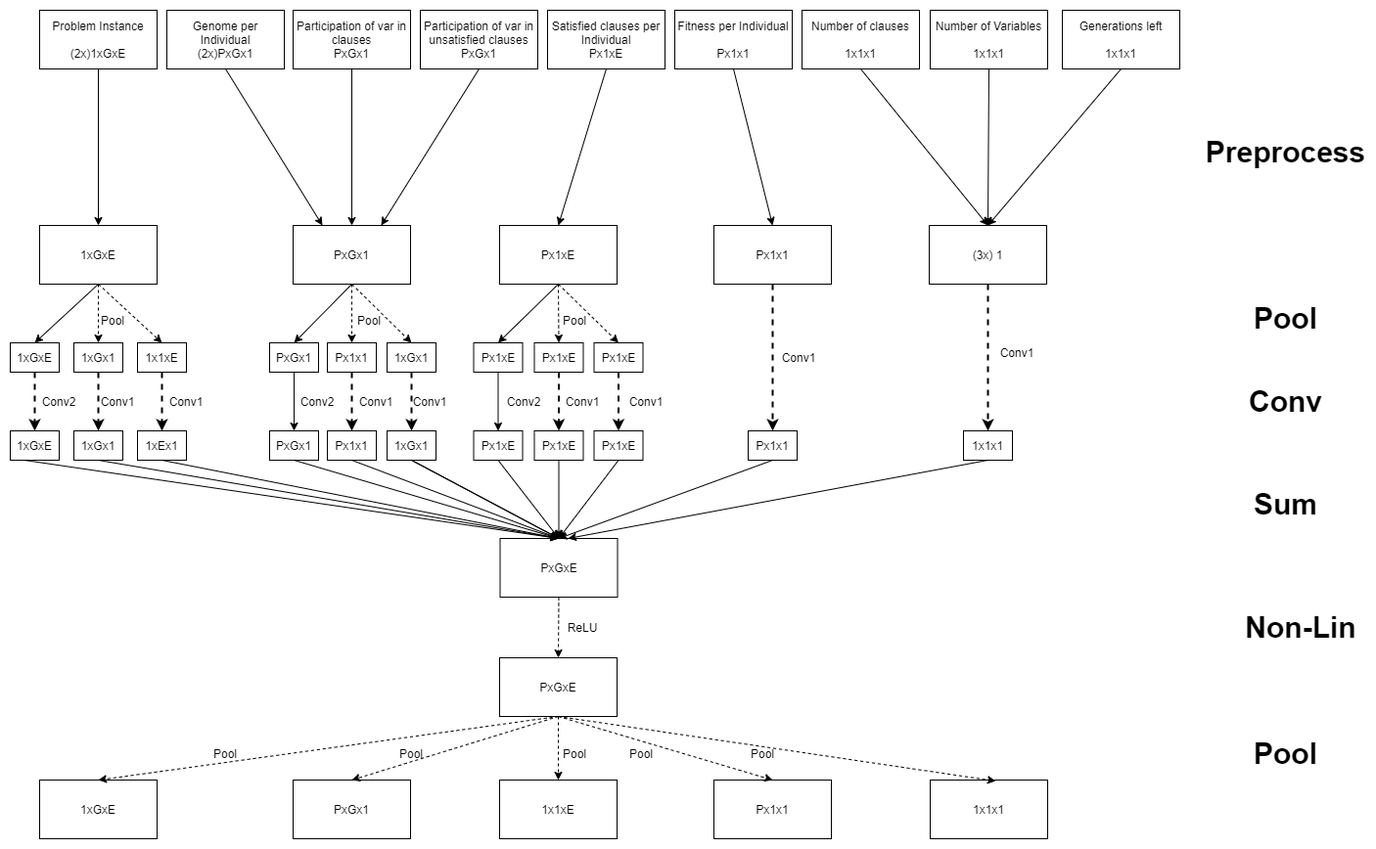
Above: DOCS/new_approach.png in KreitnerL/sat-evolution (draw.io), before the change. Source tidied: cells renumbered, new cells last; positions are measured from the earlier drawing's top-left corner, leaving out a move shared by most shapes.
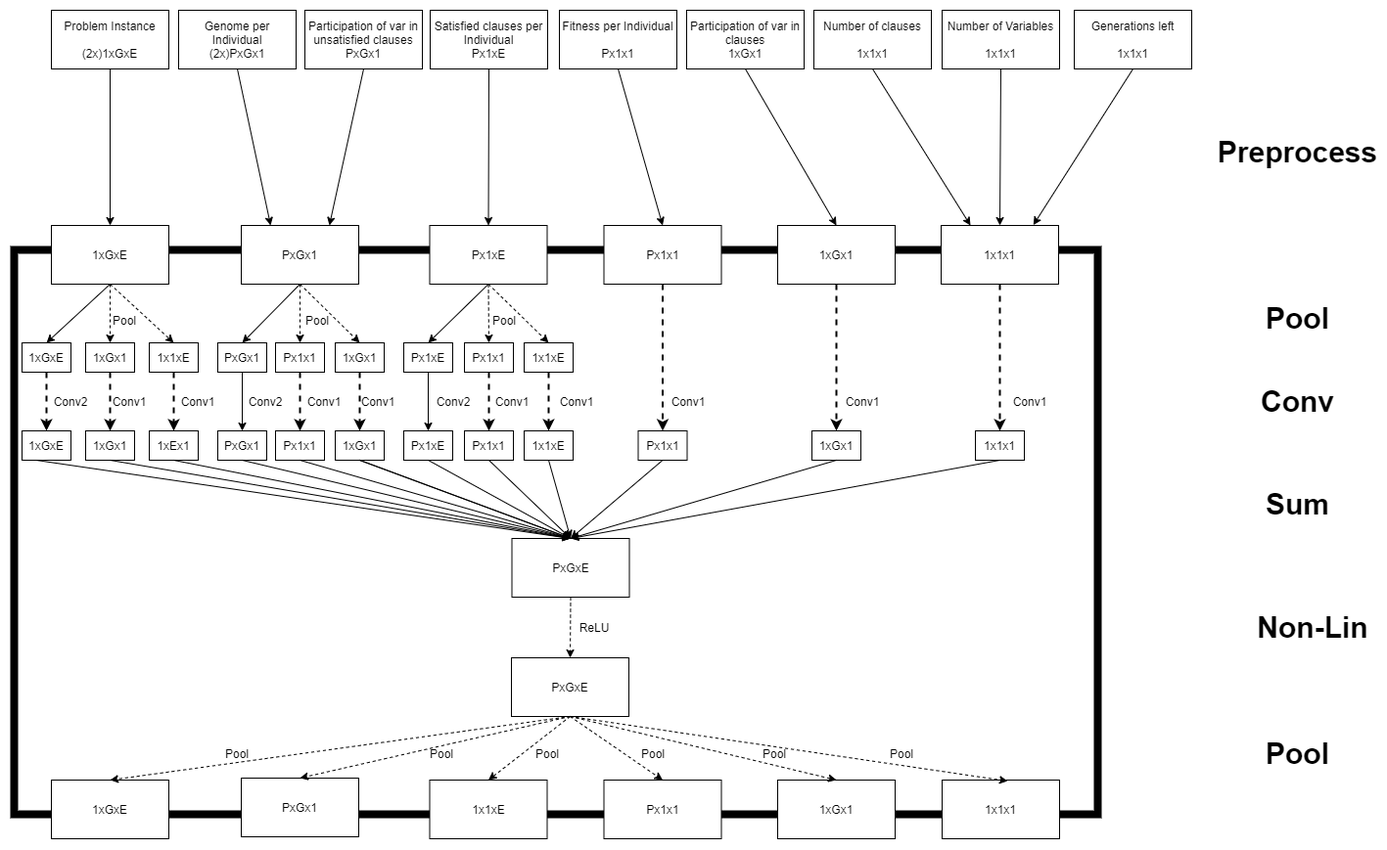
Above is the later version.

Diff of the diagram source:
```diff
@@ -4,2 +4,5 @@
     <mxCell id="1" parent="0" />
+    <mxCell id="116" style="rounded=0;whiteSpace=wrap;html=1;fillColor=none;strokeWidth=8;shadow=0;comic=0;glass=0;perimeterSpacing=0;" parent="1" vertex="1">
+      <mxGeometry x="-8" y="245" width="1107" height="577" as="geometry" />
+    </mxCell>
     <mxCell id="2" value="Problem Instance&lt;br&gt;&lt;br&gt;(2x)1xGxE" style="rounded=0;whiteSpace=wrap;html=1;" parent="1" vertex="1">
@@ -11,6 +14,6 @@
     <mxCell id="4" value="Fitness per Individual&lt;br&gt;&lt;br&gt;Px1x1" style="rounded=0;whiteSpace=wrap;html=1;" parent="1" vertex="1">
-      <mxGeometry x="679" width="120" height="60" as="geometry" />
+      <mxGeometry x="549" width="120" height="60" as="geometry" />
     </mxCell>
-    <mxCell id="5" value="Participation of var in clauses&lt;br&gt;PxGx1" style="rounded=0;whiteSpace=wrap;html=1;" parent="1" vertex="1">
-      <mxGeometry x="289" width="120" height="60" as="geometry" />
+    <mxCell id="5" value="Participation of var in clauses&lt;br&gt;1xGx1" style="rounded=0;whiteSpace=wrap;html=1;" parent="1" vertex="1">
+      <mxGeometry x="679" width="120" height="60" as="geometry" />
     </mxCell>
@@ -20,3 +23,3 @@
     <mxCell id="7" value="Participation of var in unsatisfied clauses&lt;br&gt;PxGx1" style="rounded=0;whiteSpace=wrap;html=1;" parent="1" vertex="1">
-      <mxGeometry x="419" width="120" height="60" as="geometry" />
+      <mxGeometry x="289" width="120" height="60" as="geometry" />
     </mxCell>
@@ -32,8 +35,8 @@
     <mxCell id="11" value="PxGx1" style="rounded=0;whiteSpace=wrap;html=1;" parent="1" vertex="1">
-      <mxGeometry x="289" y="220" width="120" height="60" as="geometry" />
+      <mxGeometry x="224" y="220" width="120" height="60" as="geometry" />
     </mxCell>
     <mxCell id="12" value="Px1x1" style="rounded=0;whiteSpace=wrap;html=1;" parent="1" vertex="1">
-      <mxGeometry x="719" y="220" width="120" height="60" as="geometry" />
+      <mxGeometry x="594.5" y="220" width="120" height="60" as="geometry" />
     </mxCell>
-    <mxCell id="13" value="(3x) 1" style="rounded=0;whiteSpace=wrap;html=1;" parent="1" vertex="1">
+    <mxCell id="13" value="1x1x1" style="rounded=0;whiteSpace=wrap;html=1;" parent="1" vertex="1">
       <mxGeometry x="939" y="220" width="120" height="60" as="geometry" />
@@ -49,3 +52,3 @@
     </mxCell>
-    <mxCell id="17" style="endArrow=classic;html=1;entryX=0.5;entryY=0;entryDx=0;entryDy=0;exitX=0.5;exitY=1;exitDx=0;exitDy=0;" parent="1" edge="1" source="5" target="11">
+    <mxCell id="17" style="endArrow=classic;html=1;entryX=0.5;entryY=0;entryDx=0;entryDy=0;exitX=0.5;exitY=1;exitDx=0;exitDy=0;" parent="1" edge="1" source="5" target="117">
       <mxGeometry relative="1" as="geometry" />
@@ -55,3 +58,3 @@
     </mxCell>
-    <mxCell id="19" style="endArrow=classic;html=1;entryX=0.5;entryY=0;entryDx=0;entryDy=0;exitX=0.5;exitY=1;exitDx=0;exitDy=0;" parent="1" edge="1" source="6" target="13">
+    <mxCell id="19" style="endArrow=classic;html=1;entryX=0.25;entryY=0;entryDx=0;entryDy=0;exitX=0.5;exitY=1;exitDx=0;exitDy=0;" parent="1" edge="1" source="6" target="13">
       <mxGeometry relative="1" as="geometry" />
@@ -61,3 +64,3 @@
     </mxCell>
-    <mxCell id="21" style="endArrow=classic;html=1;entryX=0.5;entryY=0;entryDx=0;entryDy=0;exitX=0.5;exitY=1;exitDx=0;exitDy=0;" parent="1" edge="1" source="9" target="13">
+    <mxCell id="21" style="endArrow=classic;html=1;entryX=0.785;entryY=-0.007;entryDx=0;entryDy=0;exitX=0.5;exitY=1;exitDx=0;exitDy=0;entryPerimeter=0;" parent="1" edge="1" source="9" target="13">
       <mxGeometry relative="1" as="geometry" />
@@ -74,9 +77,9 @@
     <mxCell id="25" value="PxGx1" style="rounded=0;whiteSpace=wrap;html=1;" parent="1" vertex="1">
-      <mxGeometry x="265" y="340" width="50" height="30" as="geometry" />
+      <mxGeometry x="200" y="340" width="50" height="30" as="geometry" />
     </mxCell>
     <mxCell id="26" value="Px1x1" style="rounded=0;whiteSpace=wrap;html=1;" parent="1" vertex="1">
-      <mxGeometry x="324" y="340" width="50" height="30" as="geometry" />
+      <mxGeometry x="259" y="340" width="50" height="30" as="geometry" />
     </mxCell>
     <mxCell id="27" value="1xGx1" style="rounded=0;whiteSpace=wrap;html=1;" parent="1" vertex="1">
-      <mxGeometry x="385" y="340" width="50" height="30" as="geometry" />
+      <mxGeometry x="320" y="340" width="50" height="30" as="geometry" />
     </mxCell>
@@ -110,12 +113,12 @@
     <mxCell id="37" value="PxGx1" style="rounded=0;whiteSpace=wrap;html=1;" parent="1" vertex="1">
-      <mxGeometry x="265" y="430" width="50" height="30" as="geometry" />
+      <mxGeometry x="200" y="430" width="50" height="30" as="geometry" />
     </mxCell>
     <mxCell id="38" value="Px1x1" style="rounded=0;whiteSpace=wrap;html=1;" parent="1" vertex="1">
-      <mxGeometry x="324" y="430" width="50" height="30" as="geometry" />
+      <mxGeometry x="259" y="430" width="50" height="30" as="geometry" />
     </mxCell>
     <mxCell id="39" value="1xGx1" style="rounded=0;whiteSpace=wrap;html=1;" parent="1" vertex="1">
-      <mxGeometry x="385" y="430" width="50" height="30" as="geometry" />
+      <mxGeometry x="320" y="430" width="50" height="30" as="geometry" />
     </mxCell>
     <mxCell id="40" value="Px1x1" style="rounded=0;whiteSpace=wrap;html=1;" parent="1" vertex="1">
-      <mxGeometry x="754" y="430" width="50" height="30" as="geometry" />
+      <mxGeometry x="629.5" y="430" width="50" height="30" as="geometry" />
     </mxCell>
@@ -156,6 +159,4 @@
     </mxCell>
-    <mxCell id="52" style="endArrow=classic;html=1;exitX=0.5;exitY=1;exitDx=0;exitDy=0;" parent="1" edge="1" source="41">
-      <mxGeometry relative="1" as="geometry">
-        <mxPoint x="570" y="540" as="targetPoint" />
-      </mxGeometry>
+    <mxCell id="52" style="endArrow=classic;html=1;exitX=0.5;exitY=1;exitDx=0;exitDy=0;entryX=0.5;entryY=0;entryDx=0;entryDy=0;" parent="1" edge="1" source="41" target="47">
+      <mxGeometry relative="1" as="geometry" />
     </mxCell>
@@ -183,3 +184,3 @@
     <mxCell id="60" value="Pool" style="text;html=1;strokeColor=none;fillColor=none;align=center;verticalAlign=middle;whiteSpace=wrap;rounded=0;" parent="1" vertex="1">
-      <mxGeometry x="347" y="307" width="40" height="20" as="geometry" />
+      <mxGeometry x="282" y="307" width="40" height="20" as="geometry" />
     </mxCell>
@@ -195,3 +196,3 @@
     <mxCell id="64" value="Conv1" style="text;html=1;strokeColor=none;fillColor=none;align=center;verticalAlign=middle;whiteSpace=wrap;rounded=0;" parent="1" vertex="1">
-      <mxGeometry x="1009" y="340" width="40" height="20" as="geometry" />
+      <mxGeometry x="1010" y="390" width="40" height="20" as="geometry" />
     </mxCell>
@@ -219,9 +220,9 @@
     <mxCell id="72" value="PxGx1" style="rounded=0;whiteSpace=wrap;html=1;" parent="1" vertex="1">
-      <mxGeometry x="289" y="787" width="120" height="60" as="geometry" />
+      <mxGeometry x="224" y="785" width="120" height="60" as="geometry" />
     </mxCell>
     <mxCell id="73" value="Px1x1" style="rounded=0;whiteSpace=wrap;html=1;" parent="1" vertex="1">
-      <mxGeometry x="719" y="787" width="120" height="60" as="geometry" />
+      <mxGeometry x="594.5" y="787" width="120" height="60" as="geometry" />
     </mxCell>
     <mxCell id="74" value="1x1xE" style="rounded=0;whiteSpace=wrap;html=1;" parent="1" vertex="1">
-      <mxGeometry x="500" y="787" width="120" height="60" as="geometry" />
+      <mxGeometry x="416.5" y="787" width="120" height="60" as="geometry" />
     </mxCell>
@@ -255,6 +256,6 @@
     <mxCell id="84" value="Pool" style="text;html=1;strokeColor=none;fillColor=none;align=center;verticalAlign=middle;whiteSpace=wrap;rounded=0;" parent="1" vertex="1">
-      <mxGeometry x="556.5" y="750" width="40" height="20" as="geometry" />
+      <mxGeometry x="516.5" y="750" width="40" height="20" as="geometry" />
     </mxCell>
     <mxCell id="85" value="Pool" style="text;html=1;strokeColor=none;fillColor=none;align=center;verticalAlign=middle;whiteSpace=wrap;rounded=0;" parent="1" vertex="1">
-      <mxGeometry x="390" y="750" width="40" height="20" as="geometry" />
+      <mxGeometry x="409" y="750" width="40" height="20" as="geometry" />
     </mxCell>
@@ -264,6 +265,6 @@
     <mxCell id="87" value="Satisfied clauses per Individual&lt;br&gt;Px1xE" style="rounded=0;whiteSpace=wrap;html=1;" parent="1" vertex="1">
-      <mxGeometry x="549" width="120" height="60" as="geometry" />
+      <mxGeometry x="417" width="120" height="60" as="geometry" />
     </mxCell>
     <mxCell id="88" value="Px1xE" style="rounded=0;whiteSpace=wrap;html=1;" parent="1" vertex="1">
-      <mxGeometry x="500" y="220" width="120" height="60" as="geometry" />
+      <mxGeometry x="416.5" y="220" width="120" height="60" as="geometry" />
     </mxCell>
@@ -276,9 +277,9 @@
     <mxCell id="91" value="Px1xE" style="rounded=0;whiteSpace=wrap;html=1;" parent="1" vertex="1">
-      <mxGeometry x="473.5" y="340" width="50" height="30" as="geometry" />
+      <mxGeometry x="390" y="340" width="50" height="30" as="geometry" />
     </mxCell>
-    <mxCell id="92" value="Px1xE" style="rounded=0;whiteSpace=wrap;html=1;" parent="1" vertex="1">
-      <mxGeometry x="535.5" y="340" width="50" height="30" as="geometry" />
+    <mxCell id="92" value="Px1x1" style="rounded=0;whiteSpace=wrap;html=1;" parent="1" vertex="1">
+      <mxGeometry x="452" y="340" width="50" height="30" as="geometry" />
     </mxCell>
-    <mxCell id="93" value="Px1xE" style="rounded=0;whiteSpace=wrap;html=1;" parent="1" vertex="1">
-      <mxGeometry x="596.5" y="340" width="50" height="30" as="geometry" />
+    <mxCell id="93" value="1x1xE" style="rounded=0;whiteSpace=wrap;html=1;" parent="1" vertex="1">
+      <mxGeometry x="513" y="340" width="50" height="30" as="geometry" />
     </mxCell>
@@ -294,12 +295,12 @@
     <mxCell id="97" value="Pool" style="text;html=1;strokeColor=none;fillColor=none;align=center;verticalAlign=middle;whiteSpace=wrap;rounded=0;" parent="1" vertex="1">
-      <mxGeometry x="556.5" y="307" width="40" height="20" as="geometry" />
+      <mxGeometry x="473" y="307" width="40" height="20" as="geometry" />
     </mxCell>
     <mxCell id="98" value="Px1xE" style="rounded=0;whiteSpace=wrap;html=1;" parent="1" vertex="1">
-      <mxGeometry x="473.5" y="430" width="50" height="30" as="geometry" />
+      <mxGeometry x="390" y="430" width="50" height="30" as="geometry" />
     </mxCell>
-    <mxCell id="99" value="Px1xE" style="rounded=0;whiteSpace=wrap;html=1;" parent="1" vertex="1">
-      <mxGeometry x="535.5" y="430" width="50" height="30" as="geometry" />
+    <mxCell id="99" value="Px1x1" style="rounded=0;whiteSpace=wrap;html=1;" parent="1" vertex="1">
+      <mxGeometry x="452" y="430" width="50" height="30" as="geometry" />
     </mxCell>
-    <mxCell id="100" value="Px1xE" style="rounded=0;whiteSpace=wrap;html=1;" parent="1" vertex="1">
-      <mxGeometry x="596.5" y="430" width="50" height="30" as="geometry" />
+    <mxCell id="100" value="1x1xE" style="rounded=0;whiteSpace=wrap;html=1;" parent="1" vertex="1">
+      <mxGeometry x="513" y="430" width="50" height="30" as="geometry" />
     </mxCell>
@@ -307,4 +308,4 @@
       <mxGeometry relative="1" as="geometry">
-        <mxPoint x="290" y="370" as="sourcePoint" />
-        <mxPoint x="290" y="430" as="targetPoint" />
+        <mxPoint x="225" y="370" as="sourcePoint" />
+        <mxPoint x="225" y="430" as="targetPoint" />
       </mxGeometry>
@@ -313,4 +314,4 @@
       <mxGeometry relative="1" as="geometry">
-        <mxPoint x="349" y="370" as="sourcePoint" />
-        <mxPoint x="349" y="430" as="targetPoint" />
+        <mxPoint x="284" y="370" as="sourcePoint" />
+        <mxPoint x="284" y="430" as="targetPoint" />
       </mxGeometry>
@@ -319,4 +320,4 @@
       <mxGeometry relative="1" as="geometry">
-        <mxPoint x="410" y="370" as="sourcePoint" />
-        <mxPoint x="410" y="430" as="targetPoint" />
+        <mxPoint x="345" y="370" as="sourcePoint" />
+        <mxPoint x="345" y="430" as="targetPoint" />
       </mxGeometry>
@@ -324,9 +325,9 @@
     <mxCell id="104" value="Conv2" style="text;html=1;strokeColor=none;fillColor=none;align=center;verticalAlign=middle;whiteSpace=wrap;rounded=0;" parent="1" vertex="1">
-      <mxGeometry x="294" y="390" width="40" height="20" as="geometry" />
+      <mxGeometry x="229" y="390" width="40" height="20" as="geometry" />
     </mxCell>
     <mxCell id="105" value="Conv1" style="text;html=1;strokeColor=none;fillColor=none;align=center;verticalAlign=middle;whiteSpace=wrap;rounded=0;" parent="1" vertex="1">
-      <mxGeometry x="354" y="390" width="40" height="20" as="geometry" />
+      <mxGeometry x="289" y="390" width="40" height="20" as="geometry" />
     </mxCell>
     <mxCell id="106" value="Conv1" style="text;html=1;strokeColor=none;fillColor=none;align=center;verticalAlign=middle;whiteSpace=wrap;rounded=0;" parent="1" vertex="1">
-      <mxGeometry x="409" y="390" width="40" height="20" as="geometry" />
+      <mxGeometry x="344" y="390" width="40" height="20" as="geometry" />
     </mxCell>
@@ -339,12 +340,12 @@
     <mxCell id="109" value="Conv2" style="text;html=1;strokeColor=none;fillColor=none;align=center;verticalAlign=middle;whiteSpace=wrap;rounded=0;" parent="1" vertex="1">
-      <mxGeometry x="504.5" y="390" width="40" height="20" as="geometry" />
+      <mxGeometry x="421" y="390" width="40" height="20" as="geometry" />
     </mxCell>
     <mxCell id="110" value="Conv1" style="text;html=1;strokeColor=none;fillColor=none;align=center;verticalAlign=middle;whiteSpace=wrap;rounded=0;" parent="1" vertex="1">
-      <mxGeometry x="564.5" y="390" width="40" height="20" as="geometry" />
+      <mxGeometry x="481" y="390" width="40" height="20" as="geometry" />
     </mxCell>
     <mxCell id="111" value="Conv1" style="text;html=1;strokeColor=none;fillColor=none;align=center;verticalAlign=middle;whiteSpace=wrap;rounded=0;" parent="1" vertex="1">
-      <mxGeometry x="630" y="390" width="40" height="20" as="geometry" />
+      <mxGeometry x="546.5" y="390" width="40" height="20" as="geometry" />
     </mxCell>
     <mxCell id="112" value="Conv1" style="text;html=1;strokeColor=none;fillColor=none;align=center;verticalAlign=middle;whiteSpace=wrap;rounded=0;" parent="1" vertex="1">
-      <mxGeometry x="786" y="345" width="40" height="20" as="geometry" />
+      <mxGeometry x="661" y="390" width="40" height="20" as="geometry" />
     </mxCell>
@@ -359,2 +360,26 @@
     </mxCell>
+    <mxCell id="117" value="1xGx1" style="rounded=0;whiteSpace=wrap;html=1;" parent="1" vertex="1">
+      <mxGeometry x="772" y="220" width="120" height="60" as="geometry" />
+    </mxCell>
+    <mxCell id="118" style="endArrow=classic;html=1;entryX=0.5;entryY=0;entryDx=0;entryDy=0;exitX=0.5;exitY=1;exitDx=0;exitDy=0;dashed=1;strokeWidth=2;" parent="1" edge="1" source="117" target="119">
+      <mxGeometry relative="1" as="geometry" />
+    </mxCell>
+    <mxCell id="119" value="1xGx1" style="rounded=0;whiteSpace=wrap;html=1;" parent="1" vertex="1">
+      <mxGeometry x="807" y="430" width="50" height="30" as="geometry" />
+    </mxCell>
+    <mxCell id="120" value="Conv1" style="text;html=1;strokeColor=none;fillColor=none;align=center;verticalAlign=middle;whiteSpace=wrap;rounded=0;" parent="1" vertex="1">
+      <mxGeometry x="839" y="390" width="40" height="20" as="geometry" />
+    </mxCell>
+    <mxCell id="121" style="endArrow=classic;html=1;exitX=0.5;exitY=1;exitDx=0;exitDy=0;entryX=0.5;entryY=0;entryDx=0;entryDy=0;" parent="1" edge="1" source="119" target="47">
+      <mxGeometry relative="1" as="geometry" />
+    </mxCell>
+    <mxCell id="122" value="1xGx1" style="rounded=0;whiteSpace=wrap;html=1;" parent="1" vertex="1">
+      <mxGeometry x="772" y="787" width="120" height="60" as="geometry" />
+    </mxCell>
+    <mxCell id="123" style="endArrow=classic;html=1;dashed=1;entryX=0.5;entryY=0;entryDx=0;entryDy=0;exitX=0.5;exitY=1;exitDx=0;exitDy=0;" parent="1" edge="1" source="57" target="122">
+      <mxGeometry relative="1" as="geometry" />
+    </mxCell>
+    <mxCell id="124" value="Pool" style="text;html=1;strokeColor=none;fillColor=none;align=center;verticalAlign=middle;whiteSpace=wrap;rounded=0;" parent="1" vertex="1">
+      <mxGeometry x="879" y="750" width="40" height="20" as="geometry" />
+    </mxCell>
   </root>
```
